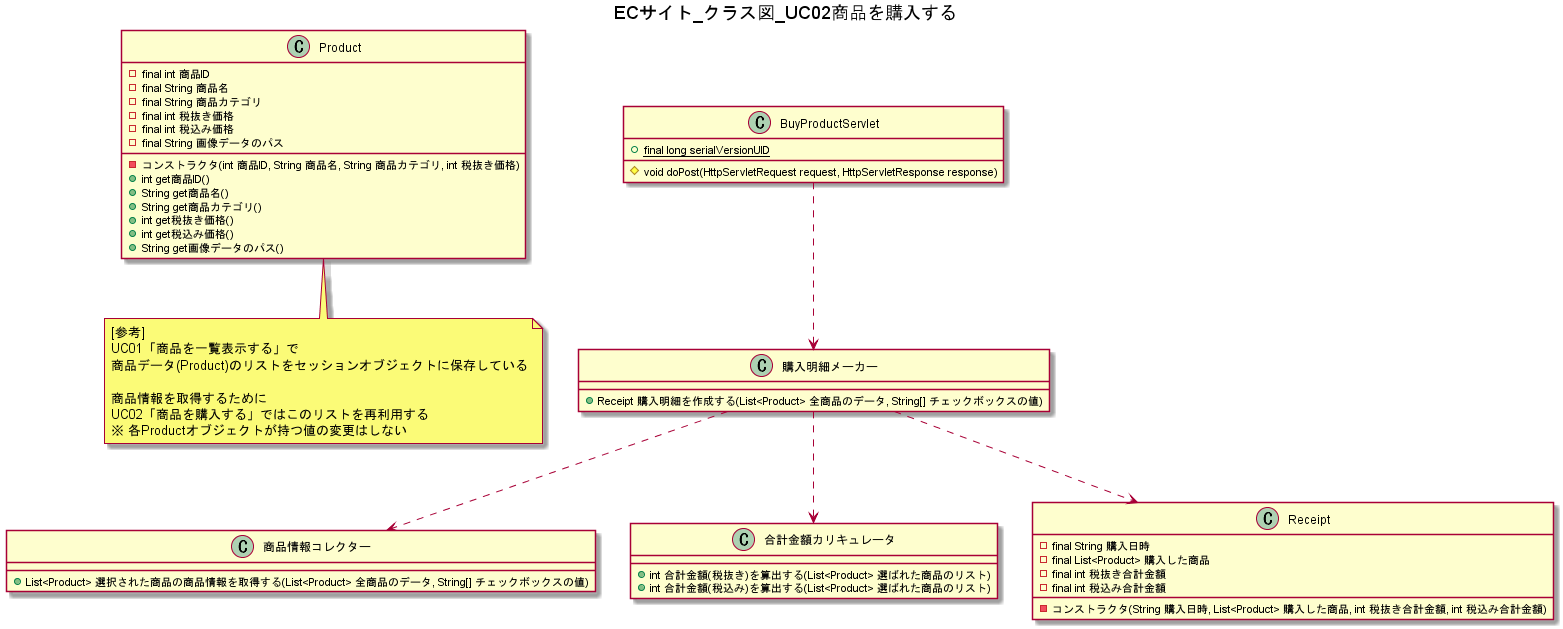
The PlantUML diagram UML/ECサイト_クラス図_UC02商品を購入する.png in wnakayama/ojt_ecsite, before a commit.
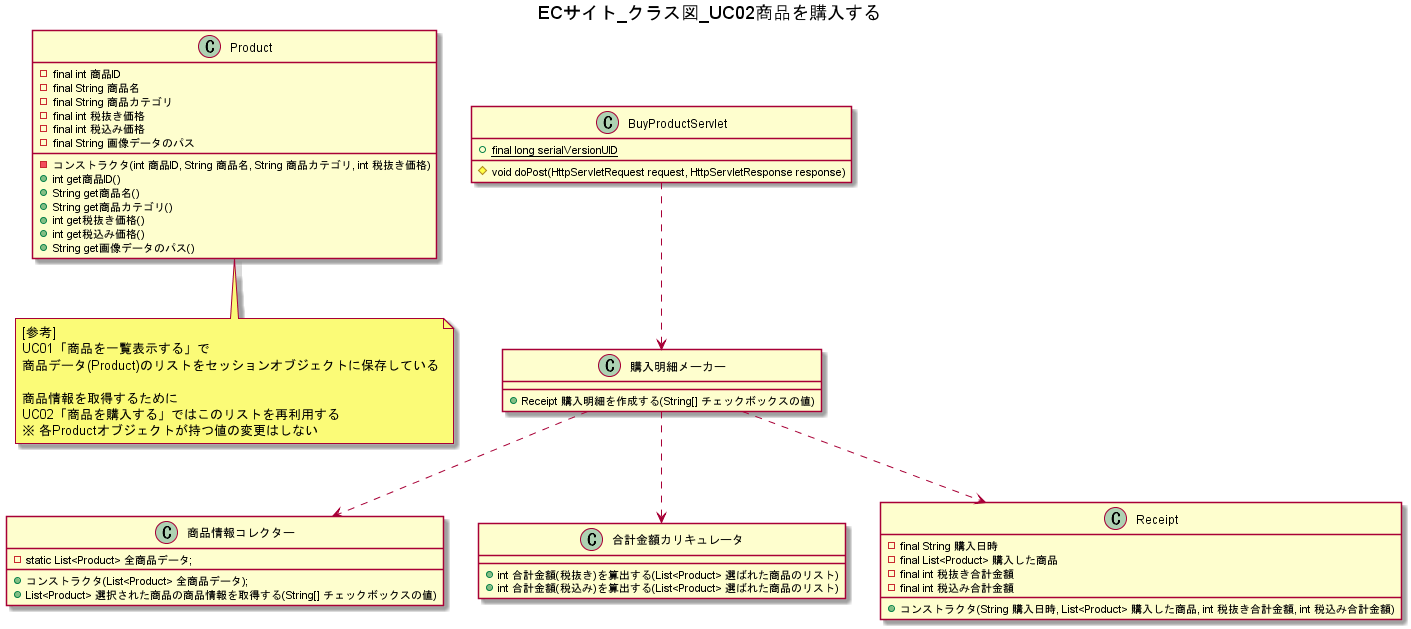
The same diagram one commit later.

Change to the diagram source:
```diff
@@ -35,12 +35,14 @@
 
 BuyProductServlet ..> 購入明細メーカー
 class 購入明細メーカー {
-    +Receipt 購入明細を作成する(List<Product> 全商品のデータ, String[] チェックボックスの値)
+    +Receipt 購入明細を作成する(String[] チェックボックスの値)
 }
 
 購入明細メーカー ..> 商品情報コレクター
 class 商品情報コレクター {
-    +List<Product> 選択された商品の商品情報を取得する(List<Product> 全商品のデータ, String[] チェックボックスの値)
+    -static List<Product> 全商品データ;
+    +コンストラクタ(List<Product> 全商品データ);
+    +List<Product> 選択された商品の商品情報を取得する(String[] チェックボックスの値)
 }
 
 購入明細メーカー ..> 合計金額カリキュレータ
@@ -55,7 +57,7 @@
     -final List<Product> 購入した商品
     -final int 税抜き合計金額
     -final int 税込み合計金額
-    -コンストラクタ(String 購入日時, List<Product> 購入した商品, int 税抜き合計金額, int 税込み合計金額)
+    +コンストラクタ(String 購入日時, List<Product> 購入した商品, int 税抜き合計金額, int 税込み合計金額)
 }
 
 @enduml
```
